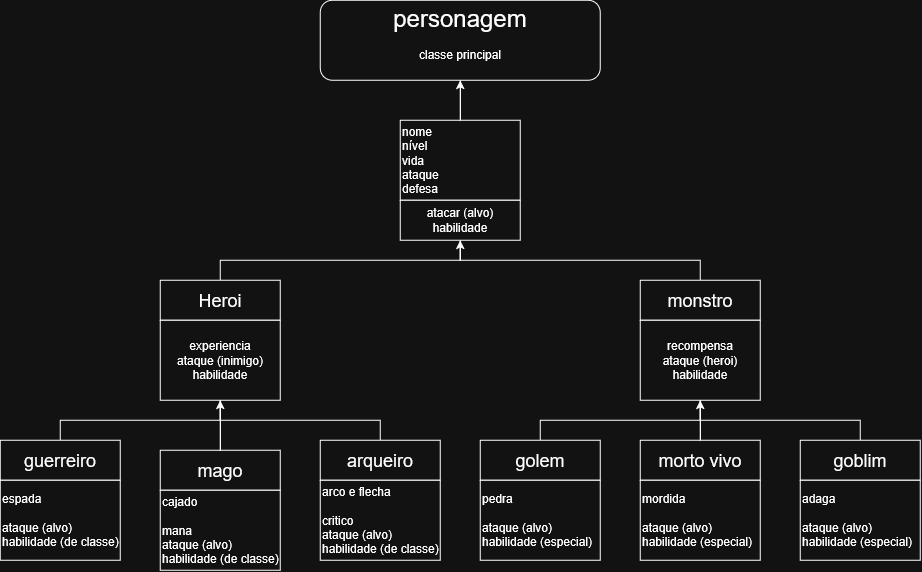
The draw.io diagram docs/Diagrama .drawio.png in GaelKesslerr/Poo-projetofinalrpg, before a commit. Source tidied: cells renumbered, new cells last; positions are measured from the earlier drawing's top-left corner, leaving out a move shared by most shapes.
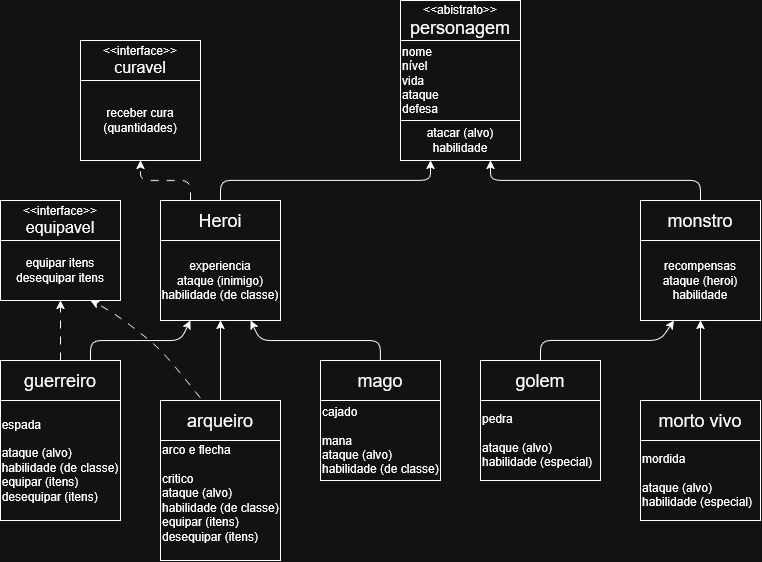
After the commit.

Change to the diagram source:
```diff
@@ -2,9 +2,6 @@
   <root>
     <mxCell id="0" />
     <mxCell id="1" parent="0" />
-    <mxCell id="2" value="&lt;div&gt;&lt;font style=&quot;font-size: 24px;&quot;&gt;personagem&lt;/font&gt;&lt;/div&gt;&lt;div&gt;&lt;br&gt;&lt;/div&gt;&lt;div&gt;classe principal&lt;/div&gt;&lt;div&gt;&lt;br&gt;&lt;/div&gt;" style="rounded=1;whiteSpace=wrap;html=1;" parent="1" vertex="1">
-      <mxGeometry x="320" width="280" height="80" as="geometry" />
-    </mxCell>
     <mxCell id="3" value="&lt;div align=&quot;left&quot;&gt;nome&lt;/div&gt;&lt;div align=&quot;left&quot;&gt;nível&lt;/div&gt;&lt;div align=&quot;left&quot;&gt;vida&lt;/div&gt;&lt;div align=&quot;left&quot;&gt;ataque&lt;/div&gt;&lt;div align=&quot;left&quot;&gt;defesa&lt;/div&gt;" style="rounded=0;whiteSpace=wrap;html=1;align=left;" parent="1" vertex="1">
       <mxGeometry x="400" y="120" width="120" height="80" as="geometry" />
     </mxCell>
@@ -14,33 +11,30 @@
     <mxCell id="5" value="&lt;div&gt;&lt;font style=&quot;font-size: 18px;&quot;&gt;Heroi&lt;/font&gt;&lt;/div&gt;" style="rounded=0;whiteSpace=wrap;html=1;" parent="1" vertex="1">
       <mxGeometry x="160" y="280" width="120" height="40" as="geometry" />
     </mxCell>
-    <mxCell id="6" value="&lt;div&gt;experiencia&lt;/div&gt;&lt;div&gt;ataque (inimigo)&lt;/div&gt;&lt;div&gt;habilidade&lt;/div&gt;" style="rounded=0;whiteSpace=wrap;html=1;" parent="1" vertex="1">
-      <mxGeometry x="160" y="320" width="120" height="80" as="geometry" />
-    </mxCell>
+    <mxCell id="34" value="&lt;div&gt;experiencia&lt;/div&gt;&lt;div&gt;ataque (inimigo)&lt;/div&gt;&lt;div&gt;habilidade (de classe)&lt;/div&gt;" style="rounded=0;whiteSpace=wrap;html=1;" parent="1" vertex="1">
+      <mxGeometry x="160" y="320" width="120" height="80" as="geometry" />
+    </mxCell>
     <mxCell id="7" value="&lt;font style=&quot;font-size: 18px;&quot;&gt;guerreiro&lt;/font&gt;" style="rounded=0;whiteSpace=wrap;html=1;" parent="1" vertex="1">
       <mxGeometry y="440" width="120" height="40" as="geometry" />
     </mxCell>
-    <mxCell id="8" value="&lt;div align=&quot;left&quot;&gt;espada&lt;/div&gt;&lt;div align=&quot;left&quot;&gt;&lt;br&gt;&lt;/div&gt;&lt;div align=&quot;left&quot;&gt;ataque (alvo)&lt;/div&gt;&lt;div align=&quot;left&quot;&gt;habilidade (de classe)&lt;/div&gt;" style="rounded=0;whiteSpace=wrap;html=1;align=left;" parent="1" vertex="1">
-      <mxGeometry y="480" width="120" height="80" as="geometry" />
-    </mxCell>
     <mxCell id="9" value="&lt;font style=&quot;font-size: 18px;&quot;&gt;mago&lt;/font&gt;" style="rounded=0;whiteSpace=wrap;html=1;" parent="1" vertex="1">
-      <mxGeometry x="160" y="450" width="120" height="40" as="geometry" />
+      <mxGeometry x="320" y="440" width="120" height="40" as="geometry" />
     </mxCell>
     <mxCell id="10" value="&lt;div align=&quot;left&quot;&gt;&lt;font style=&quot;font-size: 12px;&quot;&gt;cajado&lt;/font&gt;&lt;/div&gt;&lt;div align=&quot;left&quot;&gt;&lt;font style=&quot;font-size: 12px;&quot;&gt;&lt;br&gt;&lt;/font&gt;&lt;/div&gt;&lt;div align=&quot;left&quot;&gt;mana&lt;/div&gt;&lt;div align=&quot;left&quot;&gt;ataque (alvo)&lt;/div&gt;&lt;div align=&quot;left&quot;&gt;habilidade (de classe)&lt;/div&gt;" style="rounded=0;whiteSpace=wrap;html=1;align=left;" parent="1" vertex="1">
-      <mxGeometry x="160" y="490" width="120" height="80" as="geometry" />
+      <mxGeometry x="320" y="480" width="120" height="80" as="geometry" />
     </mxCell>
     <mxCell id="11" value="&lt;font style=&quot;font-size: 18px;&quot;&gt;arqueiro&lt;/font&gt;" style="rounded=0;whiteSpace=wrap;html=1;" parent="1" vertex="1">
-      <mxGeometry x="320" y="440" width="120" height="40" as="geometry" />
+      <mxGeometry x="160" y="480" width="120" height="40" as="geometry" />
     </mxCell>
-    <mxCell id="12" value="&lt;div align=&quot;left&quot;&gt;arco e flecha&lt;/div&gt;&lt;div align=&quot;left&quot;&gt;&lt;br&gt;&lt;/div&gt;&lt;div align=&quot;left&quot;&gt;critico&lt;/div&gt;&lt;div align=&quot;left&quot;&gt;ataque (alvo)&lt;/div&gt;&lt;div align=&quot;left&quot;&gt;habilidade (de classe)&lt;/div&gt;" style="rounded=0;whiteSpace=wrap;html=1;align=left;" parent="1" vertex="1">
-      <mxGeometry x="320" y="480" width="120" height="80" as="geometry" />
-    </mxCell>
+    <mxCell id="35" value="&lt;div align=&quot;left&quot;&gt;arco e flecha&lt;/div&gt;&lt;div align=&quot;left&quot;&gt;&lt;br&gt;&lt;/div&gt;&lt;div align=&quot;left&quot;&gt;critico&lt;/div&gt;&lt;div align=&quot;left&quot;&gt;ataque (alvo)&lt;/div&gt;&lt;div align=&quot;left&quot;&gt;habilidade (de classe)&lt;/div&gt;&lt;div align=&quot;left&quot;&gt;equipar (itens)&lt;/div&gt;&lt;div align=&quot;left&quot;&gt;desequipar (itens)&lt;/div&gt;&lt;div align=&quot;center&quot;&gt;&lt;br&gt;&lt;/div&gt;" style="rounded=0;whiteSpace=wrap;html=1;align=left;" parent="1" vertex="1">
+      <mxGeometry x="160" y="520" width="120" height="120" as="geometry" />
+    </mxCell>
     <mxCell id="13" value="&lt;font style=&quot;font-size: 18px;&quot;&gt;monstro&lt;/font&gt;" style="rounded=0;whiteSpace=wrap;html=1;" parent="1" vertex="1">
       <mxGeometry x="640" y="280" width="120" height="40" as="geometry" />
     </mxCell>
-    <mxCell id="14" value="&lt;div align=&quot;center&quot;&gt;recompensa&lt;/div&gt;&lt;div align=&quot;center&quot;&gt;ataque (heroi)&lt;/div&gt;&lt;div align=&quot;center&quot;&gt;habilidade&lt;/div&gt;" style="rounded=0;whiteSpace=wrap;html=1;align=center;" parent="1" vertex="1">
-      <mxGeometry x="640" y="320" width="120" height="80" as="geometry" />
-    </mxCell>
+    <mxCell id="36" value="&lt;div align=&quot;center&quot;&gt;recompensas&lt;/div&gt;&lt;div align=&quot;center&quot;&gt;ataque (heroi)&lt;/div&gt;&lt;div align=&quot;center&quot;&gt;habilidade&lt;/div&gt;" style="rounded=0;whiteSpace=wrap;html=1;align=center;" parent="1" vertex="1">
+      <mxGeometry x="640" y="320" width="120" height="80" as="geometry" />
+    </mxCell>
     <mxCell id="15" value="&lt;font style=&quot;font-size: 18px;&quot;&gt;golem&lt;/font&gt;" style="rounded=0;whiteSpace=wrap;html=1;" parent="1" vertex="1">
       <mxGeometry x="480" y="440" width="120" height="40" as="geometry" />
     </mxCell>
@@ -48,89 +42,97 @@
       <mxGeometry x="480" y="480" width="120" height="80" as="geometry" />
     </mxCell>
     <mxCell id="17" value="&lt;font style=&quot;font-size: 18px;&quot;&gt;morto vivo&lt;/font&gt;" style="rounded=0;whiteSpace=wrap;html=1;" parent="1" vertex="1">
-      <mxGeometry x="640" y="440" width="120" height="40" as="geometry" />
+      <mxGeometry x="640" y="480" width="120" height="40" as="geometry" />
     </mxCell>
     <mxCell id="18" value="&lt;div align=&quot;left&quot;&gt;mordida&lt;/div&gt;&lt;div align=&quot;left&quot;&gt;&lt;br&gt;&lt;/div&gt;&lt;div align=&quot;left&quot;&gt;ataque (alvo)&lt;/div&gt;&lt;div align=&quot;left&quot;&gt;habilidade (especial)&lt;/div&gt;" style="rounded=0;whiteSpace=wrap;html=1;align=left;" parent="1" vertex="1">
-      <mxGeometry x="640" y="480" width="120" height="80" as="geometry" />
+      <mxGeometry x="640" y="520" width="120" height="80" as="geometry" />
     </mxCell>
-    <mxCell id="19" value="&lt;font style=&quot;font-size: 18px;&quot;&gt;goblim&lt;/font&gt;" style="rounded=0;whiteSpace=wrap;html=1;" parent="1" vertex="1">
-      <mxGeometry x="800" y="440" width="120" height="40" as="geometry" />
-    </mxCell>
-    <mxCell id="20" value="&lt;div align=&quot;left&quot;&gt;adaga&lt;/div&gt;&lt;div align=&quot;left&quot;&gt;&lt;br&gt;&lt;/div&gt;&lt;div align=&quot;left&quot;&gt;ataque (alvo)&lt;/div&gt;&lt;div align=&quot;left&quot;&gt;habilidade (especial)&lt;/div&gt;" style="rounded=0;whiteSpace=wrap;html=1;align=left;" parent="1" vertex="1">
-      <mxGeometry x="800" y="480" width="120" height="80" as="geometry" />
-    </mxCell>
-    <mxCell id="21" style="endArrow=none;html=1;rounded=0;exitX=0.5;exitY=0;exitDx=0;exitDy=0;entryX=0.5;entryY=1;entryDx=0;entryDy=0;" parent="1" edge="1" source="3" target="2">
-      <mxGeometry relative="1" as="geometry" />
-    </mxCell>
-    <mxCell id="22" style="endArrow=none;html=1;rounded=0;exitX=0.5;exitY=0;exitDx=0;exitDy=0;entryX=0.5;entryY=1;entryDx=0;entryDy=0;" parent="1" edge="1" source="5" target="4">
-      <mxGeometry relative="1" as="geometry">
+    <mxCell id="22" style="endArrow=classic;html=1;rounded=1;exitX=0.5;exitY=0;exitDx=0;exitDy=0;entryX=0.25;entryY=1;entryDx=0;entryDy=0;endFill=1;curved=0;" parent="1" edge="1" source="5" target="4">
+      <mxGeometry x="0.12" relative="1" as="geometry">
         <Array as="points">
           <mxPoint x="220" y="260" />
-          <mxPoint x="460" y="260" />
+          <mxPoint x="430" y="260" />
         </Array>
       </mxGeometry>
     </mxCell>
-    <mxCell id="23" style="endArrow=none;html=1;rounded=0;entryX=0.5;entryY=1;entryDx=0;entryDy=0;exitX=0.5;exitY=0;exitDx=0;exitDy=0;" parent="1" edge="1" source="13" target="4">
-      <mxGeometry relative="1" as="geometry">
+    <mxCell id="23" style="endArrow=classic;html=1;rounded=1;entryX=0.75;entryY=1;entryDx=0;entryDy=0;exitX=0.5;exitY=0;exitDx=0;exitDy=0;endFill=1;curved=0;" parent="1" edge="1" source="13" target="4">
+      <mxGeometry x="0.12" relative="1" as="geometry">
         <Array as="points">
           <mxPoint x="700" y="260" />
-          <mxPoint x="460" y="260" />
+          <mxPoint x="490" y="260" />
         </Array>
       </mxGeometry>
     </mxCell>
-    <mxCell id="24" style="endArrow=none;html=1;rounded=0;exitX=0.5;exitY=0;exitDx=0;exitDy=0;entryX=0.5;entryY=1;entryDx=0;entryDy=0;" parent="1" edge="1" source="7" target="6">
-      <mxGeometry relative="1" as="geometry">
-        <Array as="points">
-          <mxPoint x="60" y="420" />
-          <mxPoint x="220" y="420" />
-        </Array>
-      </mxGeometry>
-    </mxCell>
-    <mxCell id="25" style="endArrow=none;html=1;rounded=0;exitX=0.5;exitY=0;exitDx=0;exitDy=0;entryX=0.5;entryY=1;entryDx=0;entryDy=0;" parent="1" edge="1" source="9" target="6">
-      <mxGeometry relative="1" as="geometry" />
-    </mxCell>
-    <mxCell id="26" style="endArrow=none;html=1;rounded=0;exitX=0.5;exitY=0;exitDx=0;exitDy=0;entryX=0.5;entryY=1;entryDx=0;entryDy=0;" parent="1" edge="1" source="11" target="6">
-      <mxGeometry relative="1" as="geometry">
-        <Array as="points">
-          <mxPoint x="380" y="420" />
-          <mxPoint x="220" y="420" />
-        </Array>
-      </mxGeometry>
-    </mxCell>
-    <mxCell id="27" style="endArrow=none;html=1;rounded=0;entryX=0.5;entryY=1;entryDx=0;entryDy=0;exitX=0.5;exitY=0;exitDx=0;exitDy=0;" parent="1" edge="1" source="15" target="14">
-      <mxGeometry relative="1" as="geometry">
-        <Array as="points">
-          <mxPoint x="540" y="420" />
-          <mxPoint x="700" y="420" />
-        </Array>
-      </mxGeometry>
-    </mxCell>
-    <mxCell id="28" style="endArrow=none;html=1;rounded=0;exitX=0.5;exitY=0;exitDx=0;exitDy=0;entryX=0.5;entryY=1;entryDx=0;entryDy=0;" parent="1" edge="1" source="17" target="14">
-      <mxGeometry relative="1" as="geometry" />
-    </mxCell>
-    <mxCell id="29" style="endArrow=none;html=1;rounded=0;exitX=0.5;exitY=0;exitDx=0;exitDy=0;entryX=0.5;entryY=1;entryDx=0;entryDy=0;" parent="1" edge="1" source="19" target="14">
-      <mxGeometry relative="1" as="geometry">
-        <Array as="points">
-          <mxPoint x="860" y="420" />
-          <mxPoint x="700" y="420" />
-        </Array>
-      </mxGeometry>
-    </mxCell>
-    <mxCell id="30" style="endArrow=classic;html=1;rounded=0;entryX=0.5;entryY=1;entryDx=0;entryDy=0;exitX=0.5;exitY=1;exitDx=0;exitDy=0;" parent="1" edge="1" target="6">
-      <mxGeometry relative="1" as="geometry">
-        <mxPoint x="220" y="450" as="sourcePoint" />
-      </mxGeometry>
-    </mxCell>
-    <mxCell id="31" style="endArrow=classic;html=1;rounded=0;entryX=0.5;entryY=1;entryDx=0;entryDy=0;exitX=0.5;exitY=0;exitDx=0;exitDy=0;" parent="1" edge="1" source="17" target="14">
-      <mxGeometry relative="1" as="geometry" />
-    </mxCell>
-    <mxCell id="32" style="endArrow=classic;html=1;rounded=0;entryX=0.5;entryY=1;entryDx=0;entryDy=0;" parent="1" edge="1" target="4">
-      <mxGeometry relative="1" as="geometry">
-        <mxPoint x="460" y="260" as="sourcePoint" />
-      </mxGeometry>
-    </mxCell>
-    <mxCell id="33" style="endArrow=classic;html=1;rounded=0;entryX=0.5;entryY=1;entryDx=0;entryDy=0;exitX=0.5;exitY=0;exitDx=0;exitDy=0;" parent="1" edge="1" source="3" target="2">
-      <mxGeometry relative="1" as="geometry" />
-    </mxCell>
+    <mxCell id="37" style="endArrow=classic;html=1;rounded=1;exitX=0.75;exitY=0;exitDx=0;exitDy=0;entryX=0.25;entryY=1;entryDx=0;entryDy=0;endFill=1;curved=0;" parent="1" edge="1" source="7" target="34">
+      <mxGeometry x="0.06" relative="1" as="geometry">
+        <Array as="points">
+          <mxPoint x="90" y="420" />
+          <mxPoint x="180" y="420" />
+        </Array>
+      </mxGeometry>
+    </mxCell>
+    <mxCell id="38" style="endArrow=classic;html=1;rounded=1;exitX=0.5;exitY=0;exitDx=0;exitDy=0;endFill=1;curved=0;" parent="1" edge="1" source="15" target="36">
+      <mxGeometry x="0.22" relative="1" as="geometry">
+        <Array as="points">
+          <mxPoint x="540" y="420" />
+          <mxPoint x="660" y="420" />
+        </Array>
+      </mxGeometry>
+    </mxCell>
+    <mxCell id="39" style="endArrow=none;html=1;rounded=0;exitX=0.5;exitY=0;exitDx=0;exitDy=0;entryX=0.5;entryY=1;entryDx=0;entryDy=0;" parent="1" edge="1" source="17" target="36">
+      <mxGeometry relative="1" as="geometry" />
+    </mxCell>
+    <mxCell id="40" style="endArrow=classic;html=1;rounded=0;entryX=0.5;entryY=1;entryDx=0;entryDy=0;exitX=0.5;exitY=0;exitDx=0;exitDy=0;" parent="1" edge="1" source="17" target="36">
+      <mxGeometry relative="1" as="geometry" />
+    </mxCell>
+    <mxCell id="41" value="&lt;div&gt;&lt;font style=&quot;font-size: 12px;&quot;&gt;&amp;lt;&amp;lt;interface&amp;gt;&amp;gt;&lt;/font&gt;&lt;/div&gt;&lt;div&gt;&lt;font size=&quot;3&quot;&gt;curavel&lt;/font&gt;&lt;/div&gt;" style="rounded=0;whiteSpace=wrap;html=1;" parent="1" vertex="1">
+      <mxGeometry x="80" y="120" width="120" height="40" as="geometry" />
+    </mxCell>
+    <mxCell id="42" value="receber cura (quantidades)" style="rounded=0;whiteSpace=wrap;html=1;" parent="1" vertex="1">
+      <mxGeometry x="80" y="160" width="120" height="80" as="geometry" />
+    </mxCell>
+    <mxCell id="43" value="&lt;div&gt;&lt;font style=&quot;font-size: 12px;&quot;&gt;&amp;lt;&amp;lt;interface&amp;gt;&amp;gt;&lt;/font&gt;&lt;/div&gt;&lt;div&gt;&lt;font size=&quot;3&quot;&gt;equipavel&lt;/font&gt;&lt;/div&gt;" style="rounded=0;whiteSpace=wrap;html=1;" parent="1" vertex="1">
+      <mxGeometry y="280" width="120" height="40" as="geometry" />
+    </mxCell>
+    <mxCell id="44" value="&lt;div&gt;equipar itens&lt;/div&gt;&lt;div&gt;desequipar itens&lt;/div&gt;" style="rounded=0;whiteSpace=wrap;html=1;" parent="1" vertex="1">
+      <mxGeometry y="320" width="120" height="60" as="geometry" />
+    </mxCell>
+    <mxCell id="45" style="endArrow=classic;html=1;rounded=1;defaultLabelBackgroundColor=page;labelPadding=0 4;entryX=0.5;entryY=1;entryDx=0;entryDy=0;exitX=0.25;exitY=0;exitDx=0;exitDy=0;flowAnimation=1;curved=0;" parent="1" edge="1" source="5" target="42">
+      <mxGeometry relative="1" as="geometry">
+        <Array as="points">
+          <mxPoint x="190" y="260" />
+          <mxPoint x="140" y="260" />
+        </Array>
+      </mxGeometry>
+    </mxCell>
+    <mxCell id="46" value="&lt;div align=&quot;left&quot;&gt;espada&lt;/div&gt;&lt;div align=&quot;left&quot;&gt;&lt;br&gt;&lt;/div&gt;&lt;div align=&quot;left&quot;&gt;ataque (alvo)&lt;/div&gt;&lt;div align=&quot;left&quot;&gt;habilidade (de classe)&lt;/div&gt;&lt;div align=&quot;left&quot;&gt;equipar (itens)&lt;/div&gt;&lt;div align=&quot;left&quot;&gt;desequipar (itens)&lt;/div&gt;" style="rounded=0;whiteSpace=wrap;html=1;" parent="1" vertex="1">
+      <mxGeometry y="480" width="120" height="120" as="geometry" />
+    </mxCell>
+    <mxCell id="47" style="endArrow=classic;html=1;rounded=1;defaultLabelBackgroundColor=page;labelPadding=0 4;entryX=0.75;entryY=1;entryDx=0;entryDy=0;exitX=0.5;exitY=0;exitDx=0;exitDy=0;curved=0;" parent="1" edge="1" source="9" target="34">
+      <mxGeometry x="0.23" relative="1" as="geometry">
+        <Array as="points">
+          <mxPoint x="380" y="420" />
+          <mxPoint x="260" y="420" />
+        </Array>
+      </mxGeometry>
+    </mxCell>
+    <mxCell id="48" style="endArrow=classic;html=1;rounded=0;defaultLabelBackgroundColor=page;labelPadding=0 4;entryX=0.5;entryY=1;entryDx=0;entryDy=0;exitX=0.5;exitY=0;exitDx=0;exitDy=0;" parent="1" edge="1" source="11" target="34">
+      <mxGeometry relative="1" as="geometry" />
+    </mxCell>
+    <mxCell id="49" style="curved=1;curveGeometry=1;endArrow=classic;html=1;rounded=0;defaultLabelBackgroundColor=page;labelPadding=0 4;flowAnimation=1;entryX=0.75;entryY=1;entryDx=0;entryDy=0;exitX=0.331;exitY=-0.067;exitDx=0;exitDy=0;exitPerimeter=0;" parent="1" edge="1" source="11" target="44">
+      <mxGeometry x="-0.31" relative="1" as="geometry">
+        <Array as="points">
+          <mxPoint x="170" y="440" />
+          <mxPoint x="150" y="420" />
+          <mxPoint x="110" y="390" />
+        </Array>
+      </mxGeometry>
+    </mxCell>
+    <mxCell id="50" style="endArrow=classic;html=1;rounded=0;defaultLabelBackgroundColor=page;labelPadding=0 4;flowAnimation=1;entryX=0.5;entryY=1;entryDx=0;entryDy=0;exitX=0.5;exitY=0;exitDx=0;exitDy=0;" parent="1" edge="1" source="7" target="44">
+      <mxGeometry relative="1" as="geometry" />
+    </mxCell>
+    <mxCell id="51" value="&lt;div&gt;&amp;lt;&amp;lt;abistrato&amp;gt;&amp;gt;&lt;/div&gt;&lt;div&gt;&lt;font style=&quot;font-size: 18px;&quot;&gt;personagem&lt;/font&gt;&lt;/div&gt;" style="rounded=0;whiteSpace=wrap;html=1;" parent="1" vertex="1">
+      <mxGeometry x="400" y="80" width="120" height="40" as="geometry" />
+    </mxCell>
   </root>
 </mxGraphModel>
```
